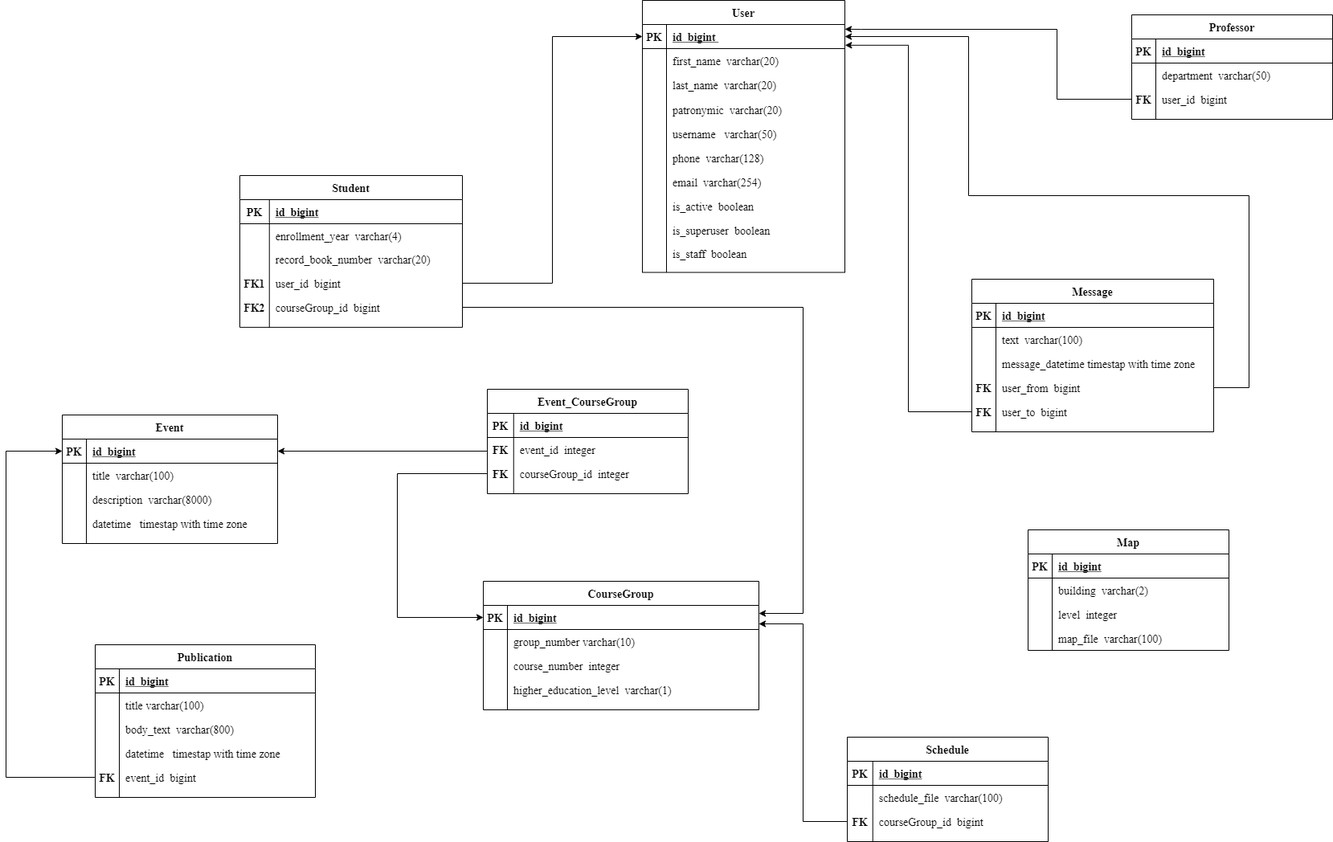
Earlier version of the draw.io export diagrams/Физическая модель базы данных/Physical database model.png (NerdSmith/MyCSF_App). Source tidied: cells renumbered, new cells last; positions are measured from the earlier drawing's top-left corner, leaving out a move shared by most shapes.
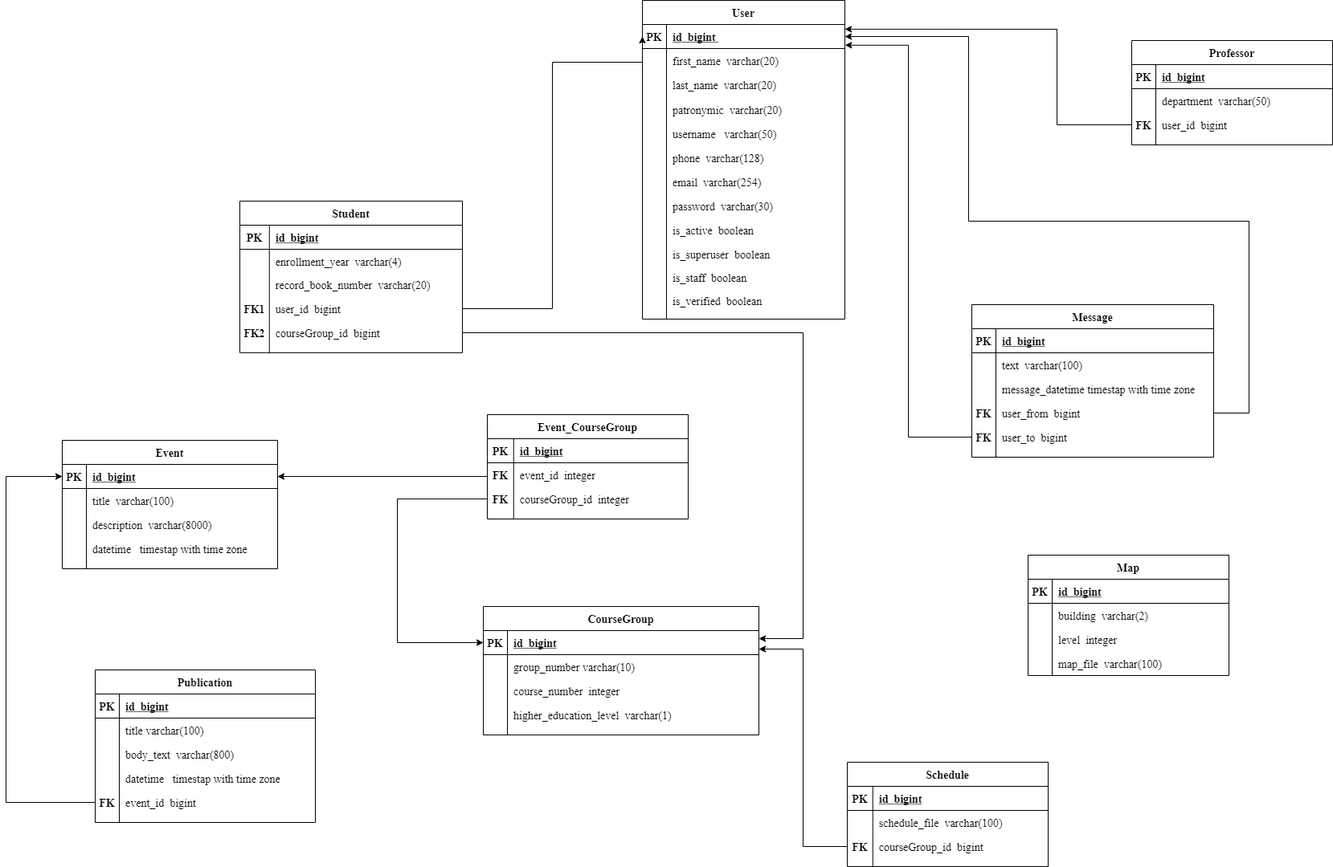
The same file after the commit.

Commit message:
fix er, physical && class diagrams

Change to the diagram source:
```diff
@@ -3,7 +3,7 @@
     <mxCell id="0" />
     <mxCell id="1" parent="0" />
     <mxCell id="2" value="User" style="shape=table;startSize=30;rowLines=0;fontStyle=1;align=center;fontSize=14;fontFamily=Times New Roman;" parent="1" vertex="1">
-      <mxGeometry x="792" width="252" height="338.5" as="geometry" />
+      <mxGeometry x="792" y="-32" width="252" height="397" as="geometry" />
     </mxCell>
     <mxCell id="3" style="shape=partialRectangle;fillColor=none;points=[[0,0.5],[1,0.5]];portConstraint=eastwest;top=0;left=0;right=0;bottom=1;fontSize=14;fontFamily=Times New Roman;" parent="2" vertex="1">
       <mxGeometry y="30" width="252" height="30" as="geometry" />
@@ -68,8 +68,17 @@
     <mxCell id="23" value="email  varchar(254) " style="shape=partialRectangle;overflow=hidden;fillColor=none;top=0;left=0;bottom=0;right=0;align=left;spacingLeft=6;fontSize=14;fontFamily=Times New Roman;" parent="21" vertex="1">
       <mxGeometry x="30" width="222" height="30" as="geometry" />
     </mxCell>
+    <mxCell id="159" style="shape=partialRectangle;fillColor=none;top=0;left=0;right=0;bottom=0;fontSize=14;fontFamily=Times New Roman;" parent="2" vertex="1">
+      <mxGeometry y="241" width="252" height="30" as="geometry" />
+    </mxCell>
+    <mxCell id="160" style="shape=partialRectangle;overflow=hidden;fillColor=none;top=0;left=0;bottom=0;right=0;fontSize=14;fontFamily=Times New Roman;" parent="159" vertex="1">
+      <mxGeometry width="30" height="30" as="geometry" />
+    </mxCell>
+    <mxCell id="161" value="password  varchar(30) " style="shape=partialRectangle;overflow=hidden;fillColor=none;top=0;left=0;bottom=0;right=0;align=left;spacingLeft=6;fontSize=14;fontFamily=Times New Roman;" parent="159" vertex="1">
+      <mxGeometry x="30" width="222" height="30" as="geometry" />
+    </mxCell>
     <mxCell id="24" style="shape=partialRectangle;fillColor=none;top=0;left=0;right=0;bottom=0;fontSize=14;fontFamily=Times New Roman;" parent="2" vertex="1">
-      <mxGeometry y="241" width="252" height="30" as="geometry" />
+      <mxGeometry y="271" width="252" height="30" as="geometry" />
     </mxCell>
     <mxCell id="25" style="shape=partialRectangle;overflow=hidden;fillColor=none;top=0;left=0;bottom=0;right=0;fontSize=14;fontFamily=Times New Roman;" parent="24" vertex="1">
       <mxGeometry width="30" height="30" as="geometry" />
@@ -78,7 +87,7 @@
       <mxGeometry x="30" width="222" height="30" as="geometry" />
     </mxCell>
     <mxCell id="27" style="shape=partialRectangle;fillColor=none;top=0;left=0;right=0;bottom=0;fontSize=14;fontFamily=Times New Roman;" parent="2" vertex="1">
-      <mxGeometry y="271" width="252" height="29" as="geometry" />
+      <mxGeometry y="301" width="252" height="29" as="geometry" />
     </mxCell>
     <mxCell id="28" style="shape=partialRectangle;overflow=hidden;fillColor=none;top=0;left=0;bottom=0;right=0;fontSize=14;fontFamily=Times New Roman;" parent="27" vertex="1">
       <mxGeometry width="30" height="29" as="geometry" />
@@ -87,7 +96,7 @@
       <mxGeometry x="30" width="222" height="29" as="geometry" />
     </mxCell>
     <mxCell id="30" style="shape=partialRectangle;fillColor=none;top=0;left=0;right=0;bottom=0;fontSize=14;fontFamily=Times New Roman;" parent="2" vertex="1">
-      <mxGeometry y="300" width="252" height="29" as="geometry" />
+      <mxGeometry y="330" width="252" height="29" as="geometry" />
     </mxCell>
     <mxCell id="31" style="shape=partialRectangle;overflow=hidden;fillColor=none;top=0;left=0;bottom=0;right=0;fontSize=14;fontFamily=Times New Roman;" parent="30" vertex="1">
       <mxGeometry width="30" height="29" as="geometry" />
@@ -95,6 +104,15 @@
     <mxCell id="32" value="is_staff  boolean" style="shape=partialRectangle;overflow=hidden;fillColor=none;top=0;left=0;bottom=0;right=0;align=left;spacingLeft=6;fontSize=14;fontFamily=Times New Roman;" parent="30" vertex="1">
       <mxGeometry x="30" width="222" height="29" as="geometry" />
     </mxCell>
+    <mxCell id="162" style="shape=partialRectangle;fillColor=none;top=0;left=0;right=0;bottom=0;fontSize=14;fontFamily=Times New Roman;" parent="2" vertex="1">
+      <mxGeometry y="359" width="252" height="29" as="geometry" />
+    </mxCell>
+    <mxCell id="163" style="shape=partialRectangle;overflow=hidden;fillColor=none;top=0;left=0;bottom=0;right=0;fontSize=14;fontFamily=Times New Roman;" parent="162" vertex="1">
+      <mxGeometry width="30" height="29" as="geometry" />
+    </mxCell>
+    <mxCell id="164" value="is_verified  boolean" style="shape=partialRectangle;overflow=hidden;fillColor=none;top=0;left=0;bottom=0;right=0;align=left;spacingLeft=6;fontSize=14;fontFamily=Times New Roman;" parent="162" vertex="1">
+      <mxGeometry x="30" width="222" height="29" as="geometry" />
+    </mxCell>
     <mxCell id="33" value="Student" style="shape=table;startSize=30;rowLines=0;fontStyle=1;align=center;fontSize=14;fontFamily=Times New Roman;" parent="1" vertex="1">
       <mxGeometry x="291" y="218" width="277" height="188.9" as="geometry" />
     </mxCell>
@@ -483,8 +501,7 @@
       <mxGeometry relative="1" as="geometry">
         <Array as="points">
           <mxPoint x="1308" y="123" />
-          <mxPoint x="1308" y="36" />
-          <mxPoint x="1064" y="36" />
+          <mxPoint x="1308" y="4" />
         </Array>
       </mxGeometry>
     </mxCell>
@@ -509,8 +526,7 @@
       <mxGeometry relative="1" as="geometry">
         <Array as="points">
           <mxPoint x="1123" y="512" />
-          <mxPoint x="1123" y="56" />
-          <mxPoint x="1044" y="56" />
+          <mxPoint x="1123" y="24" />
         </Array>
       </mxGeometry>
     </mxCell>
@@ -520,7 +536,7 @@
           <mxPoint x="1547" y="482" />
           <mxPoint x="1547" y="243" />
           <mxPoint x="1198" y="243" />
-          <mxPoint x="1198" y="45" />
+          <mxPoint x="1198" y="13" />
         </Array>
       </mxGeometry>
     </mxCell>
```
